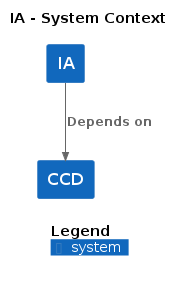
Before: docs/c4/ia/images/structurizr-ia-context.png, a diagram exported from PlantUML (hmcts/cnp-api-docs).
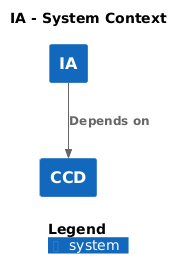
The same diagram one commit later.

Diff of the diagram source:
```diff
@@ -10,7 +10,7 @@
 System(IA, "IA", $descr="", $tags="", $link="")
 System(CCD, "CCD", $descr="", $tags="", $link="")
 
-Rel_D(IA, CCD, "Depends on", $techn="", $tags="", $link="")
+Rel(IA, CCD, "Depends on", $techn="", $tags="", $link="")
 
 SHOW_DYNAMIC_LEGEND()
 @enduml
```
